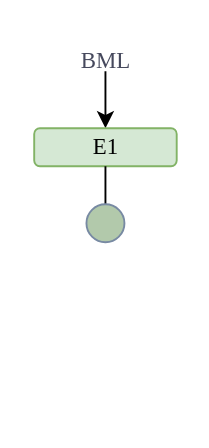
Above: pics/TimeMachine.drawio in nanxi666/TimeMachine (draw.io), before the change. Source tidied: cells renumbered, new cells numbered last; positions are measured from the earlier drawing's top-left corner, leaving out a move shared by most shapes. Both pictures are drawn from the tidied source at 190%, with x=0, y=0 at pixel (32, 32).
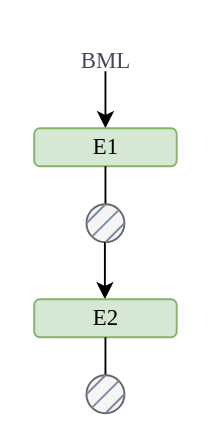
After the change.

What changed in the source:
```diff
@@
-    <mxCell id="6" style="ellipse;whiteSpace=wrap;html=1;strokeColor=#788AA3;fontColor=#46495D;fillColor=#B2C9AB;" parent="1" vertex="1">
+    <mxCell id="6" style="ellipse;whiteSpace=wrap;html=1;strokeColor=#666666;fontColor=#333333;fillColor=#f5f5f5;" parent="1" vertex="1">
       <mxGeometry x="28" y="90" width="20" height="20" as="geometry" />
     </mxCell>
+    <mxCell id="7" style="endArrow=none;html=1;rounded=0;strokeColor=#788AA3;fontColor=#46495D;fillColor=#B2C9AB;exitX=1;exitY=0;exitDx=0;exitDy=0;entryX=0;entryY=1;entryDx=0;entryDy=0;" parent="1" edge="1" source="6" target="6">
+      <mxGeometry relative="1" as="geometry" />
+    </mxCell>
+    <mxCell id="8" style="endArrow=none;html=1;rounded=0;strokeColor=#788AA3;fontColor=#46495D;fillColor=#B2C9AB;exitX=0.5;exitY=0;exitDx=0;exitDy=0;entryX=0;entryY=0.5;entryDx=0;entryDy=0;" parent="1" edge="1" source="6" target="6">
+      <mxGeometry relative="1" as="geometry" />
+    </mxCell>
+    <mxCell id="9" style="endArrow=none;html=1;rounded=0;strokeColor=#788AA3;fontColor=#46495D;fillColor=#B2C9AB;exitX=1;exitY=0.5;exitDx=0;exitDy=0;entryX=0.5;entryY=1;entryDx=0;entryDy=0;" parent="1" edge="1" source="6" target="6">
+      <mxGeometry relative="1" as="geometry" />
+    </mxCell>
+    <mxCell id="10" style="endArrow=classic;html=1;rounded=0;labelBackgroundColor=none;fontColor=default;" parent="1" edge="1">
+      <mxGeometry relative="1" as="geometry">
+        <mxPoint x="37.7" y="110" as="sourcePoint" />
+        <mxPoint x="37.7" y="140" as="targetPoint" />
+      </mxGeometry>
+    </mxCell>
+    <mxCell id="11" value="&lt;font face=&quot;Times New Roman&quot;&gt;E2&lt;/font&gt;" style="rounded=1;whiteSpace=wrap;html=1;labelBackgroundColor=none;fillColor=#d5e8d4;strokeColor=#82b366;" parent="1" vertex="1">
+      <mxGeometry x="0.5" y="140" width="75" height="20" as="geometry" />
+    </mxCell>
+    <mxCell id="12" style="group;" parent="1" vertex="1">
+      <mxGeometry x="28" y="160" width="20" height="40" as="geometry" />
+    </mxCell>
+    <mxCell id="13" style="endArrow=none;html=1;rounded=0;fontColor=#46495D;exitX=0.5;exitY=1;exitDx=0;exitDy=0;curved=0;startFill=0;strokeWidth=1;jumpSize=6;" parent="12" edge="1">
+      <mxGeometry relative="1" as="geometry">
+        <mxPoint x="10" as="sourcePoint" />
+        <mxPoint x="10" y="20" as="targetPoint" />
+      </mxGeometry>
+    </mxCell>
+    <mxCell id="14" style="ellipse;whiteSpace=wrap;html=1;strokeColor=#666666;fontColor=#333333;fillColor=#f5f5f5;" parent="12" vertex="1">
+      <mxGeometry y="20" width="20" height="20" as="geometry" />
+    </mxCell>
+    <mxCell id="15" style="endArrow=none;html=1;rounded=0;strokeColor=#788AA3;fontColor=#46495D;fillColor=#B2C9AB;exitX=1;exitY=0;exitDx=0;exitDy=0;entryX=0;entryY=1;entryDx=0;entryDy=0;" parent="12" edge="1" source="14" target="14">
+      <mxGeometry relative="1" as="geometry" />
+    </mxCell>
+    <mxCell id="16" style="endArrow=none;html=1;rounded=0;strokeColor=#788AA3;fontColor=#46495D;fillColor=#B2C9AB;exitX=0.5;exitY=0;exitDx=0;exitDy=0;entryX=0;entryY=0.5;entryDx=0;entryDy=0;" parent="12" edge="1" source="14" target="14">
+      <mxGeometry relative="1" as="geometry" />
+    </mxCell>
+    <mxCell id="17" style="endArrow=none;html=1;rounded=0;strokeColor=#788AA3;fontColor=#46495D;fillColor=#B2C9AB;exitX=1;exitY=0.5;exitDx=0;exitDy=0;entryX=0.5;entryY=1;entryDx=0;entryDy=0;" parent="12" edge="1" source="14" target="14">
+      <mxGeometry relative="1" as="geometry" />
+    </mxCell>
```
